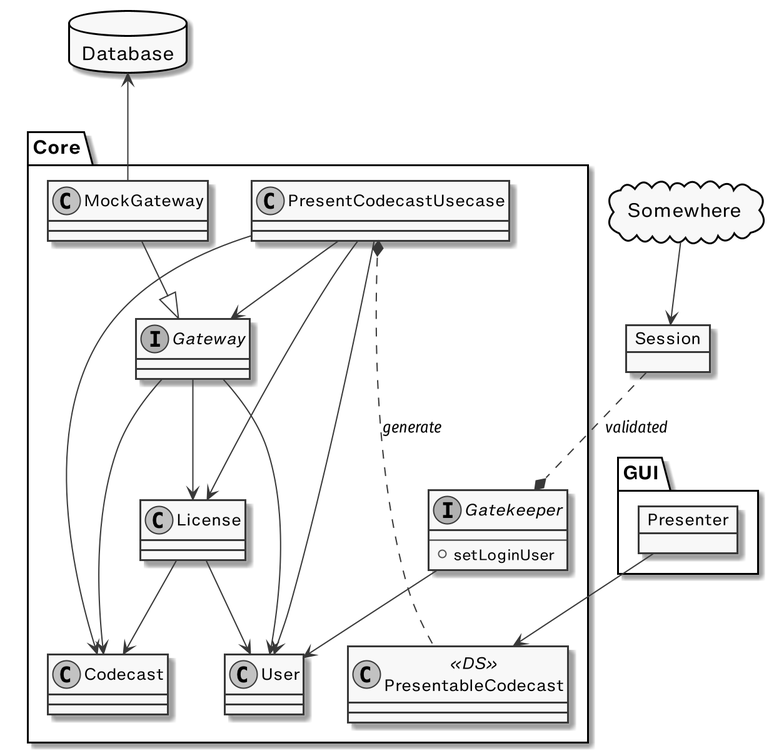
Earlier version of the PlantUML export _docs/schema.png (sundaycrafts/study-cleancoders-java-case-study).
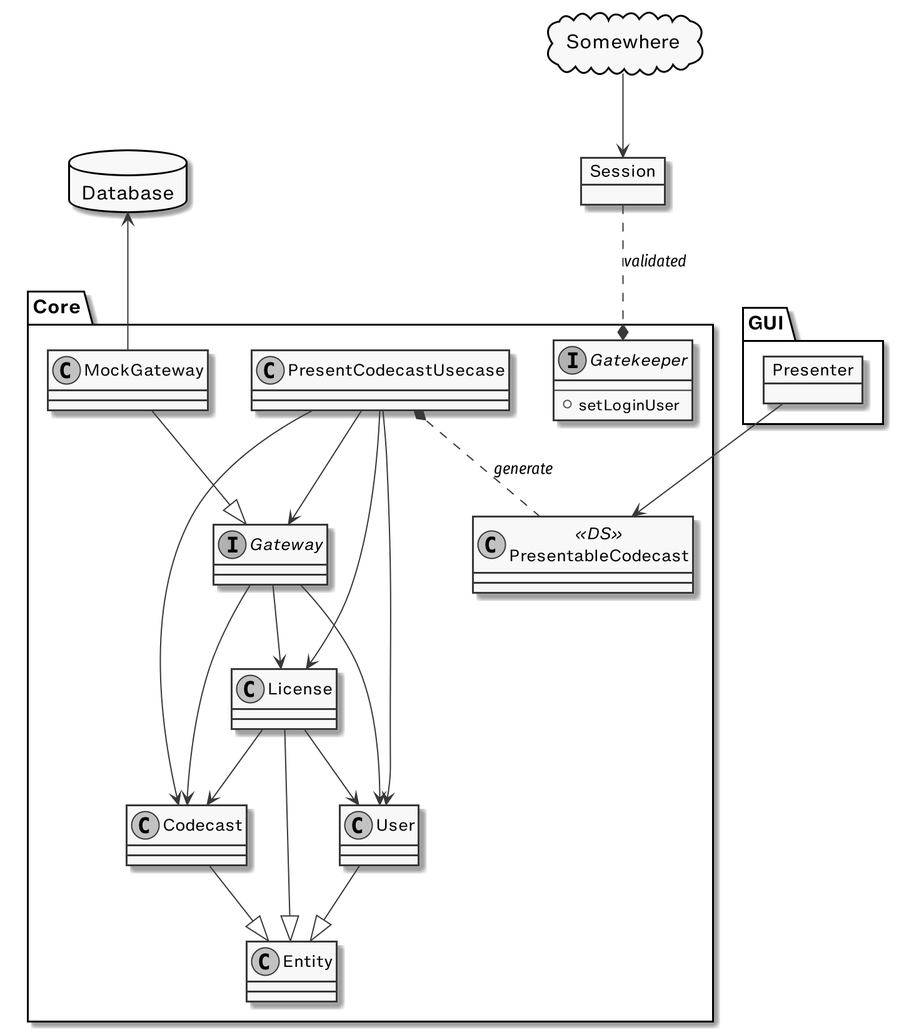
The same file after the commit.

Commit message:
documents(schema): update schema

Diff of the diagram source:
```diff
@@ -7,6 +7,7 @@
 database Database
 
 package Core {
+  class Entity
   class User
   class Codecast
   class License
@@ -21,7 +22,6 @@
 }
 
 Database <-- MockGateway
-Gatekeeper --> User
 PresentCodecastUsecase --> Codecast
 PresentCodecastUsecase --> License
 PresentCodecastUsecase --> Gateway
@@ -32,13 +32,16 @@
 License --> Codecast
 License --> User
 MockGateway --|> Gateway
+User --|> Entity
+License --|> Entity
+Codecast --|> Entity
 
 package GUI {
   object Presenter
 }
 
 Presenter --> PresentableCodecast
-PresentCodecastUsecase *.... PresentableCodecast : generate
+PresentCodecastUsecase *.. PresentableCodecast : generate
 
 object Session
 cloud Somewhere
```
